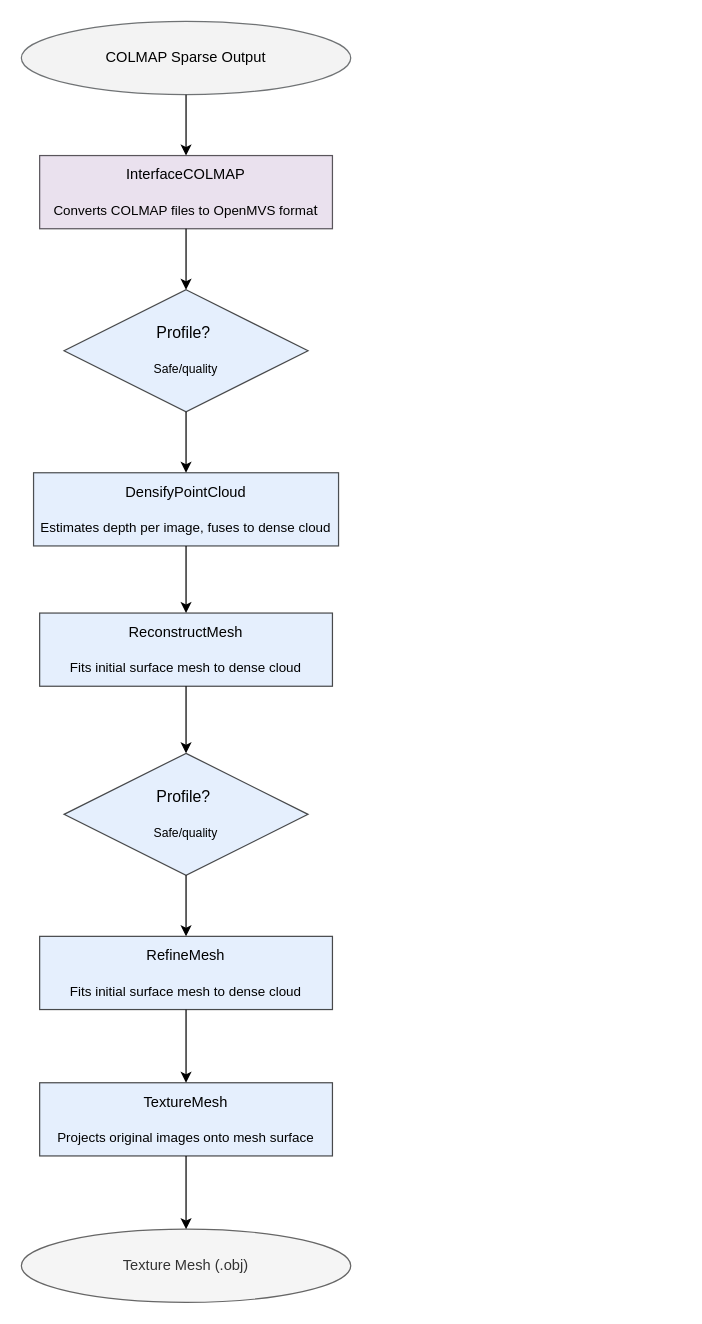
Before: MESHFROMSPARSE.drawio in jameswalter12/MEng-Project-, a draw.io diagram. Source tidied: cells renumbered, new cells numbered last; positions are measured from the earlier drawing's top-left corner, leaving out a move shared by most shapes. Both pictures are drawn from the tidied source at 122%, with x=0, y=0 at pixel (21, 21).
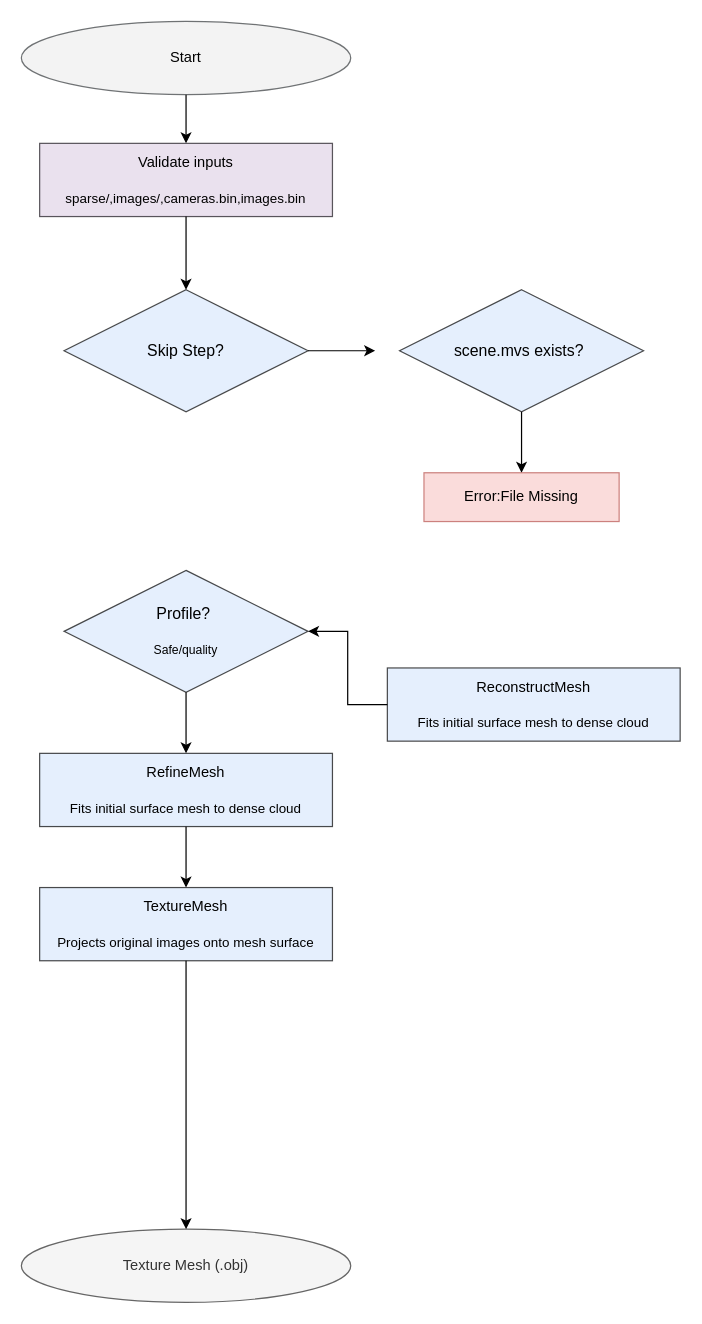
The same page after the edit.

Change to the diagram source:
```diff
@@
-    <mxCell id="3" value="COLMAP Sparse Output" style="strokeWidth=1;html=1;shape=mxgraph.flowchart.start_1;whiteSpace=wrap;opacity=70;fillColor=#eeeeee;strokeColor=#36393d;" parent="1" vertex="1">
+    <mxCell id="3" value="Start" style="strokeWidth=1;html=1;shape=mxgraph.flowchart.start_1;whiteSpace=wrap;opacity=70;fillColor=#eeeeee;strokeColor=#36393d;" parent="1" vertex="1">
       <mxGeometry width="270" height="60" as="geometry" />
     </mxCell>
-    <mxCell id="4" style="edgeStyle=orthogonalEdgeStyle;rounded=0;jettySize=auto;html=1;exitX=0.5;exitY=1;exitDx=0;exitDy=0;exitPerimeter=0;entryX=0.5;entryY=0;entryDx=0;entryDy=0;" parent="1" edge="1" source="5" target="9">
-      <mxGeometry relative="1" as="geometry" />
-    </mxCell>
+    <mxCell id="19" style="edgeStyle=orthogonalEdgeStyle;rounded=0;jettySize=auto;html=1;exitX=1;exitY=0.5;exitDx=0;exitDy=0;exitPerimeter=0;entryX=0;entryY=0.5;entryDx=0;entryDy=0;" parent="1" edge="1" source="5">
+      <mxGeometry relative="1" as="geometry">
+        <mxPoint x="290" y="270" as="targetPoint" />
+      </mxGeometry>
+    </mxCell>
-    <mxCell id="5" value="&lt;font style=&quot;font-size: 13px;&quot;&gt;Profile?&amp;nbsp;&lt;/font&gt;&lt;div&gt;&lt;br&gt;&lt;/div&gt;&lt;div&gt;&lt;font style=&quot;font-size: 10px;&quot;&gt;Safe/quality&lt;/font&gt;&lt;/div&gt;" style="strokeWidth=1;html=1;shape=mxgraph.flowchart.decision;whiteSpace=wrap;fillColor=#dae8fc;strokeColor=default;opacity=70;" parent="1" vertex="1">
+    <mxCell id="5" value="&lt;font size=&quot;2&quot;&gt;Skip Step?&lt;/font&gt;" style="strokeWidth=1;html=1;shape=mxgraph.flowchart.decision;whiteSpace=wrap;fillColor=#dae8fc;strokeColor=default;opacity=70;" parent="1" vertex="1">
       <mxGeometry x="35" y="220" width="200" height="100" as="geometry" />
     </mxCell>
-    <mxCell id="6" value="InterfaceCOLMAP&lt;div&gt;&lt;br&gt;&lt;/div&gt;&lt;div&gt;&lt;font style=&quot;font-size: 11px;&quot;&gt;Converts COLMAP files to OpenMVS forma&lt;/font&gt;t&lt;/div&gt;" style="rounded=0;whiteSpace=wrap;html=1;fillColor=#e1d5e7;strokeColor=#18131B;opacity=70;" parent="1" vertex="1">
-      <mxGeometry x="15" y="110" width="240" height="60" as="geometry" />
+    <mxCell id="6" value="Validate inputs&lt;div&gt;&lt;br&gt;&lt;/div&gt;&lt;div&gt;&lt;span style=&quot;font-size: 11px;&quot;&gt;sparse/,images/,cameras.bin,images.bin&lt;/span&gt;&lt;/div&gt;" style="rounded=0;whiteSpace=wrap;html=1;fillColor=#e1d5e7;strokeColor=#18131B;opacity=70;" parent="1" vertex="1">
+      <mxGeometry x="15" y="100" width="240" height="60" as="geometry" />
     </mxCell>
@@
-    <mxCell id="8" style="edgeStyle=orthogonalEdgeStyle;rounded=0;jettySize=auto;html=1;exitX=0.5;exitY=1;exitDx=0;exitDy=0;entryX=0.5;entryY=0;entryDx=0;entryDy=0;" parent="1" edge="1" source="9" target="10">
-      <mxGeometry relative="1" as="geometry" />
-    </mxCell>
-    <mxCell id="9" value="&lt;div&gt;DensifyPointCloud&lt;/div&gt;&lt;div&gt;&lt;br&gt;&lt;/div&gt;&lt;div&gt;&lt;font style=&quot;font-size: 11px;&quot;&gt;Estimates depth per image, fuses to dense cloud&lt;/font&gt;&lt;/div&gt;" style="rounded=0;whiteSpace=wrap;html=1;fillColor=#dae8fc;strokeColor=#06090B;opacity=70;" parent="1" vertex="1">
-      <mxGeometry x="10" y="370" width="250" height="60" as="geometry" />
-    </mxCell>
     <mxCell id="10" value="&lt;div&gt;ReconstructMesh&lt;/div&gt;&lt;div&gt;&lt;br&gt;&lt;/div&gt;&lt;div&gt;&lt;span style=&quot;font-size: 11px;&quot;&gt;Fits initial surface mesh to dense cloud&lt;/span&gt;&lt;/div&gt;" style="rounded=0;whiteSpace=wrap;html=1;fillColor=#dae8fc;strokeColor=#000000;opacity=70;" parent="1" vertex="1">
-      <mxGeometry x="15" y="485" width="240" height="60" as="geometry" />
+      <mxGeometry x="300" y="530" width="240" height="60" as="geometry" />
     </mxCell>
@@
     <mxCell id="12" value="&lt;font style=&quot;font-size: 13px;&quot;&gt;Profile?&amp;nbsp;&lt;/font&gt;&lt;div&gt;&lt;br&gt;&lt;/div&gt;&lt;div&gt;&lt;font style=&quot;font-size: 10px;&quot;&gt;Safe/quality&lt;/font&gt;&lt;/div&gt;" style="strokeWidth=1;html=1;shape=mxgraph.flowchart.decision;whiteSpace=wrap;fillColor=#dae8fc;strokeColor=#000000;opacity=70;" parent="1" vertex="1">
-      <mxGeometry x="35" y="600" width="200" height="100" as="geometry" />
+      <mxGeometry x="35" y="450" width="200" height="100" as="geometry" />
     </mxCell>
-    <mxCell id="13" style="edgeStyle=orthogonalEdgeStyle;rounded=0;jettySize=auto;html=1;exitX=0.5;exitY=1;exitDx=0;exitDy=0;entryX=0.5;entryY=0;entryDx=0;entryDy=0;entryPerimeter=0;" parent="1" edge="1" source="10" target="12">
-      <mxGeometry relative="1" as="geometry" />
-    </mxCell>
@@
     <mxCell id="15" value="&lt;div&gt;RefineMesh&lt;/div&gt;&lt;div&gt;&lt;br&gt;&lt;/div&gt;&lt;div&gt;&lt;span style=&quot;font-size: 11px;&quot;&gt;Fits initial surface mesh to dense cloud&lt;/span&gt;&lt;/div&gt;" style="rounded=0;whiteSpace=wrap;html=1;fillColor=#dae8fc;strokeColor=#000000;opacity=70;" parent="1" vertex="1">
-      <mxGeometry x="15" y="750" width="240" height="60" as="geometry" />
+      <mxGeometry x="15" y="600" width="240" height="60" as="geometry" />
     </mxCell>
     <mxCell id="16" value="&lt;div&gt;TextureMesh&lt;/div&gt;&lt;div&gt;&lt;br&gt;&lt;/div&gt;&lt;div&gt;&lt;font style=&quot;font-size: 11px;&quot;&gt;Projects original images onto mesh surface&lt;/font&gt;&lt;/div&gt;" style="rounded=0;whiteSpace=wrap;html=1;fillColor=#dae8fc;strokeColor=#000000;opacity=70;" parent="1" vertex="1">
-      <mxGeometry x="15" y="870" width="240" height="60" as="geometry" />
+      <mxGeometry x="15" y="710" width="240" height="60" as="geometry" />
     </mxCell>
@@
+    <mxCell id="13" style="edgeStyle=orthogonalEdgeStyle;rounded=0;jettySize=auto;html=1;exitX=0;exitY=0.5;exitDx=0;exitDy=0;entryX=1;entryY=0.5;entryDx=0;entryDy=0;entryPerimeter=0;" parent="1" edge="1" source="10" target="12">
+      <mxGeometry relative="1" as="geometry" />
+    </mxCell>
+    <mxCell id="20" style="edgeStyle=orthogonalEdgeStyle;rounded=0;jettySize=auto;html=1;exitX=0.5;exitY=1;exitDx=0;exitDy=0;exitPerimeter=0;entryX=0.5;entryY=0;entryDx=0;entryDy=0;" parent="1" edge="1" source="21" target="22">
+      <mxGeometry relative="1" as="geometry" />
+    </mxCell>
+    <mxCell id="21" value="&lt;font size=&quot;2&quot;&gt;scene.mvs exists?&amp;nbsp;&lt;/font&gt;" style="strokeWidth=1;html=1;shape=mxgraph.flowchart.decision;whiteSpace=wrap;fillColor=#dae8fc;strokeColor=default;opacity=70;" parent="1" vertex="1">
+      <mxGeometry x="310" y="220" width="200" height="100" as="geometry" />
+    </mxCell>
+    <mxCell id="22" value="&lt;div&gt;Error:File Missing&lt;/div&gt;" style="rounded=0;whiteSpace=wrap;html=1;fillColor=#f8cecc;strokeColor=#b85450;opacity=70;" parent="1" vertex="1">
+      <mxGeometry x="330" y="370" width="160" height="40" as="geometry" />
+    </mxCell>
```
